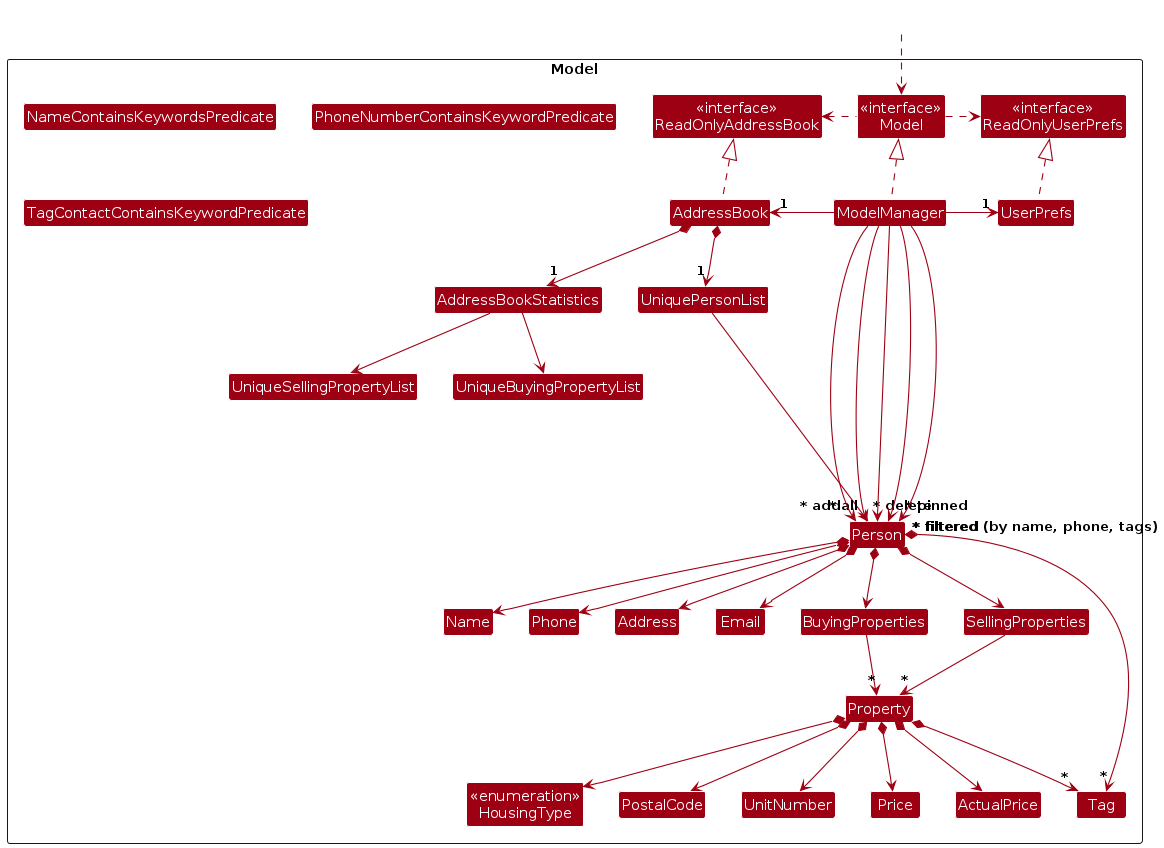
Before: diagrams/ModelClassDiagram.png, a diagram exported from PlantUML (xqtann/tp). Its source is kept beside it as diagrams/ModelClassDiagram.puml.
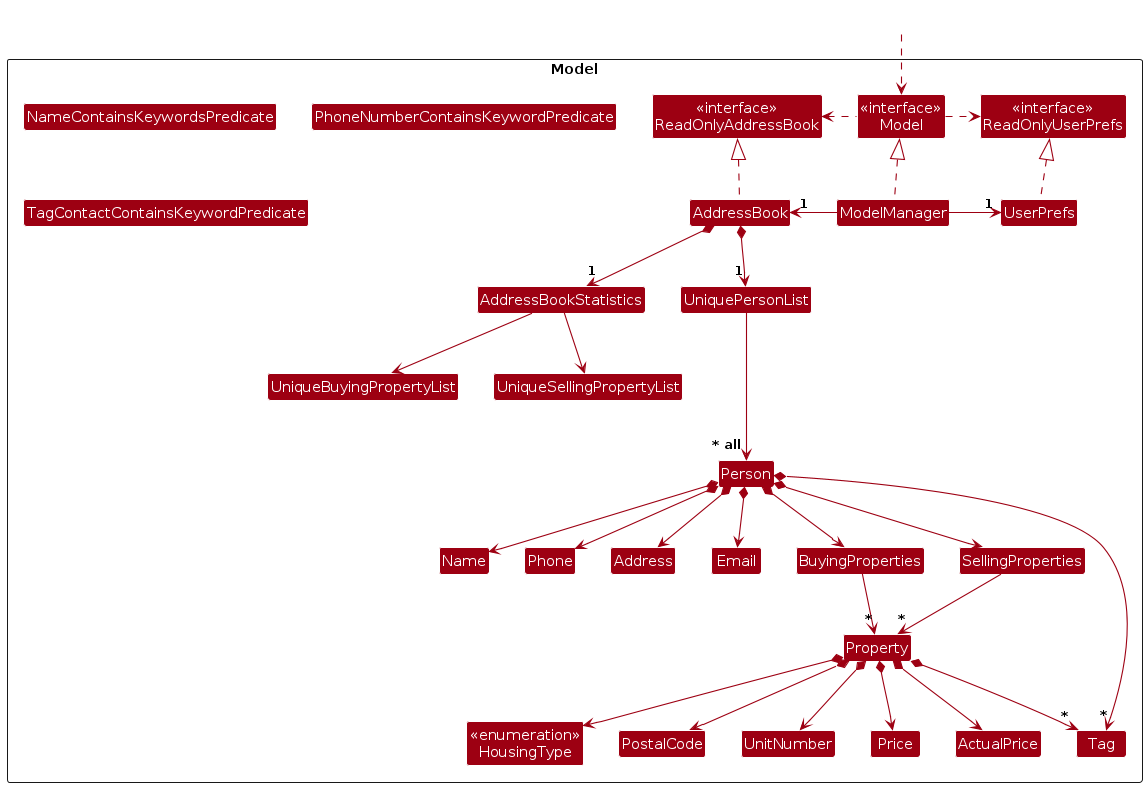
After the change.

What changed in the source:
```diff
@@ -83,11 +83,4 @@
 Email -[hidden]right-> BuyingProperties
 BuyingProperties -[hidden]right-> SellingProperties
 AddressBookStatistics -[hidden]right-> UniquePersonList
-
-
-ModelManager --> "~* add" Person
-ModelManager --> "~* delete" Person
-ModelManager --> "~* filtered (by name, phone, tags)" Person
-ModelManager --> "~* pinned" Person
-ModelManager -----> "~* filtered" Person
 @enduml
```
